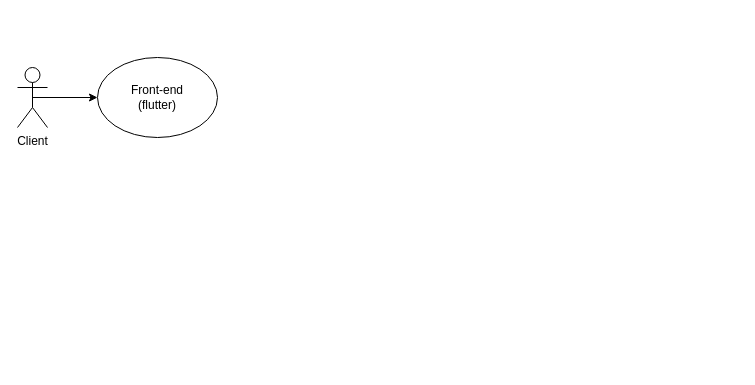
Above: AP-project-diagram.drawio in mohsenkamini/SBU_AP_Project_Java (draw.io), before the change. Source tidied: cells renumbered, new cells numbered last; positions are measured from the earlier drawing's top-left corner, leaving out a move shared by most shapes. Both pictures are drawn from the tidied source at 100%, with x=0, y=0 at pixel (17, 57).
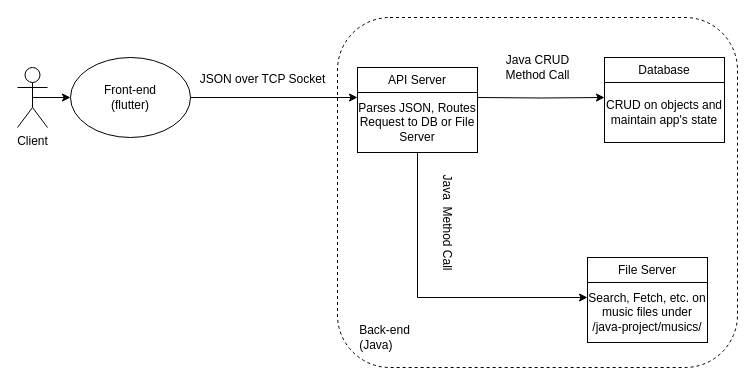
Above is the later version.

What changed in the source:
```diff
@@
+    <mxCell id="5" style="edgeStyle=orthogonalEdgeStyle;rounded=0;jettySize=auto;html=1;" parent="1" edge="1" source="2">
+      <mxGeometry relative="1" as="geometry">
+        <mxPoint x="340" y="40" as="targetPoint" />
+      </mxGeometry>
+    </mxCell>
     <mxCell id="2" value="Front-end&lt;br&gt;(flutter)" style="ellipse;whiteSpace=wrap;html=1;" parent="1" vertex="1">
-      <mxGeometry x="80" width="120" height="80" as="geometry" />
+      <mxGeometry x="53" width="120" height="80" as="geometry" />
     </mxCell>
@@
+    <mxCell id="6" style="rounded=1;whiteSpace=wrap;html=1;dashed=1;fillColor=none;align=right;labelPosition=left;verticalLabelPosition=top;verticalAlign=bottom;" parent="1" vertex="1">
+      <mxGeometry x="320" y="-40" width="400" height="350" as="geometry" />
+    </mxCell>
+    <mxCell id="7" style="edgeStyle=orthogonalEdgeStyle;rounded=0;jettySize=auto;html=1;entryX=0;entryY=0.25;entryDx=0;entryDy=0;" parent="1" edge="1" target="21">
+      <mxGeometry relative="1" as="geometry">
+        <mxPoint x="460" y="40" as="sourcePoint" />
+      </mxGeometry>
+    </mxCell>
+    <mxCell id="8" style="edgeStyle=orthogonalEdgeStyle;rounded=0;jettySize=auto;html=1;entryX=0;entryY=0.25;entryDx=0;entryDy=0;" parent="1" edge="1" target="18">
+      <mxGeometry relative="1" as="geometry">
+        <mxPoint x="400" y="80" as="sourcePoint" />
+        <Array as="points">
+          <mxPoint x="400" y="240" />
+        </Array>
+      </mxGeometry>
+    </mxCell>
+    <mxCell id="9" value="JSON over TCP Socket" style="text;html=1;align=center;verticalAlign=middle;strokeColor=none;fillColor=none;" parent="1" vertex="1">
+      <mxGeometry x="170" y="7" width="150" height="30" as="geometry" />
+    </mxCell>
+    <mxCell id="10" value="&lt;div align=&quot;left&quot;&gt;Back-end&lt;br&gt;&lt;/div&gt;&lt;div align=&quot;left&quot;&gt;(Java)&lt;br&gt;&lt;/div&gt;" style="text;html=1;align=center;verticalAlign=middle;strokeColor=none;fillColor=none;" parent="1" vertex="1">
+      <mxGeometry x="332" y="260" width="70" height="40" as="geometry" />
+    </mxCell>
+    <mxCell id="11" value="Java CRUD&lt;br&gt;Method Call" style="text;html=1;align=center;verticalAlign=middle;strokeColor=none;fillColor=none;" parent="1" vertex="1">
+      <mxGeometry x="475" y="-10" width="90" height="40" as="geometry" />
+    </mxCell>
+    <mxCell id="12" value="Java&amp;nbsp; Method Call" style="text;html=1;align=center;verticalAlign=middle;strokeColor=none;fillColor=none;rotation=90;" parent="1" vertex="1">
+      <mxGeometry x="370" y="150" width="120" height="30" as="geometry" />
+    </mxCell>
+    <mxCell id="13" style="group;" parent="1" vertex="1">
+      <mxGeometry x="340" y="10" width="120" height="85" as="geometry" />
+    </mxCell>
+    <mxCell id="14" value="API Server" style="rounded=0;whiteSpace=wrap;html=1;" parent="13" vertex="1">
+      <mxGeometry width="120" height="25" as="geometry" />
+    </mxCell>
+    <mxCell id="15" value="Parses JSON, Routes Request to DB or File Server" style="rounded=0;whiteSpace=wrap;html=1;" parent="13" vertex="1">
+      <mxGeometry y="25" width="120" height="60" as="geometry" />
+    </mxCell>
+    <mxCell id="16" style="group;" parent="1" vertex="1">
+      <mxGeometry x="570" y="200" width="120" height="85" as="geometry" />
+    </mxCell>
+    <mxCell id="17" value="File Server" style="rounded=0;whiteSpace=wrap;html=1;" parent="16" vertex="1">
+      <mxGeometry width="120" height="25" as="geometry" />
+    </mxCell>
+    <mxCell id="18" value="Search, Fetch, etc. on music files under /java-project/musics/" style="rounded=0;whiteSpace=wrap;html=1;" parent="16" vertex="1">
+      <mxGeometry y="25" width="120" height="60" as="geometry" />
+    </mxCell>
+    <mxCell id="19" style="group;" parent="1" vertex="1">
+      <mxGeometry x="587" width="120" height="85" as="geometry" />
+    </mxCell>
+    <mxCell id="20" value="Database" style="rounded=0;whiteSpace=wrap;html=1;" parent="19" vertex="1">
+      <mxGeometry width="120" height="25" as="geometry" />
+    </mxCell>
+    <mxCell id="21" value="CRUD on objects and maintain app's state" style="rounded=0;whiteSpace=wrap;html=1;" parent="19" vertex="1">
+      <mxGeometry y="25" width="120" height="60" as="geometry" />
+    </mxCell>
```
